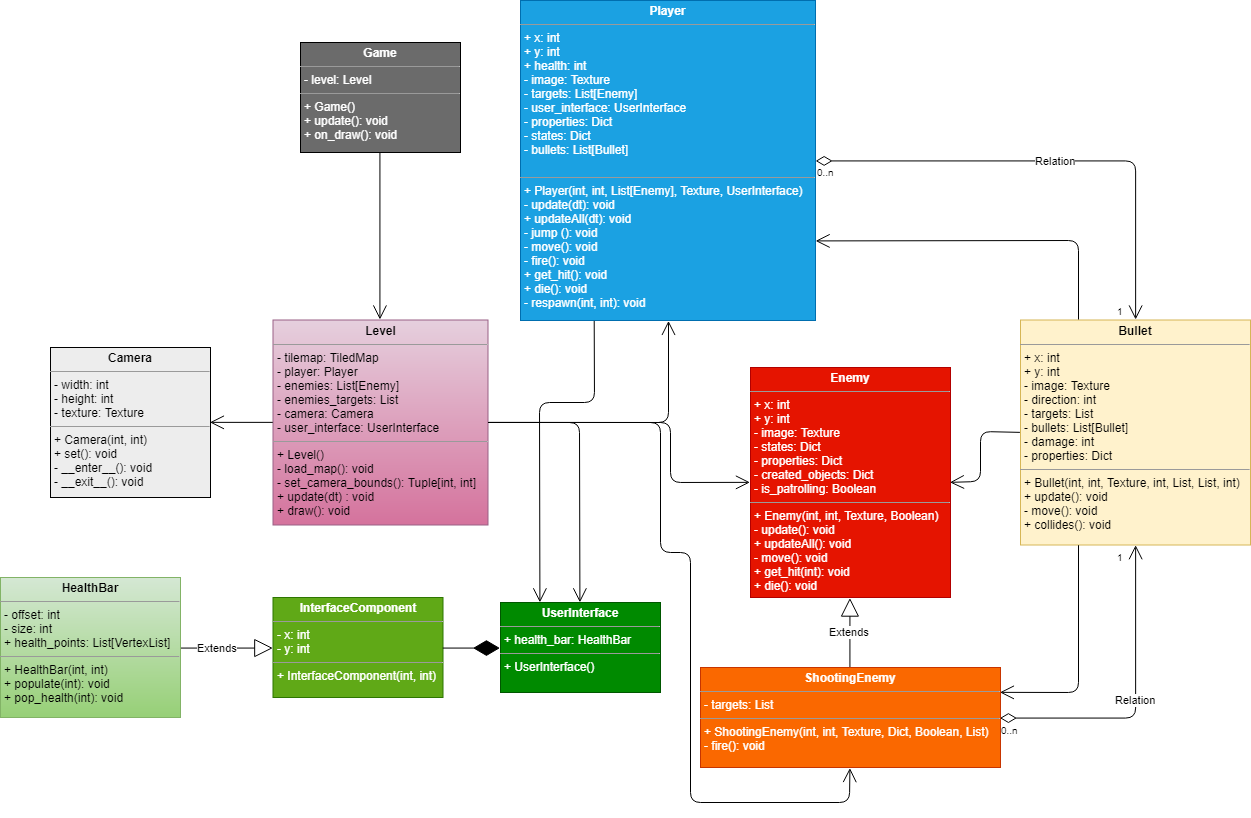
The draw.io diagram UML/UML.png in rkajaste/pyglet-example, before a commit. Source tidied: cells renumbered, new cells last; positions are measured from the earlier drawing's top-left corner, leaving out a move shared by most shapes.
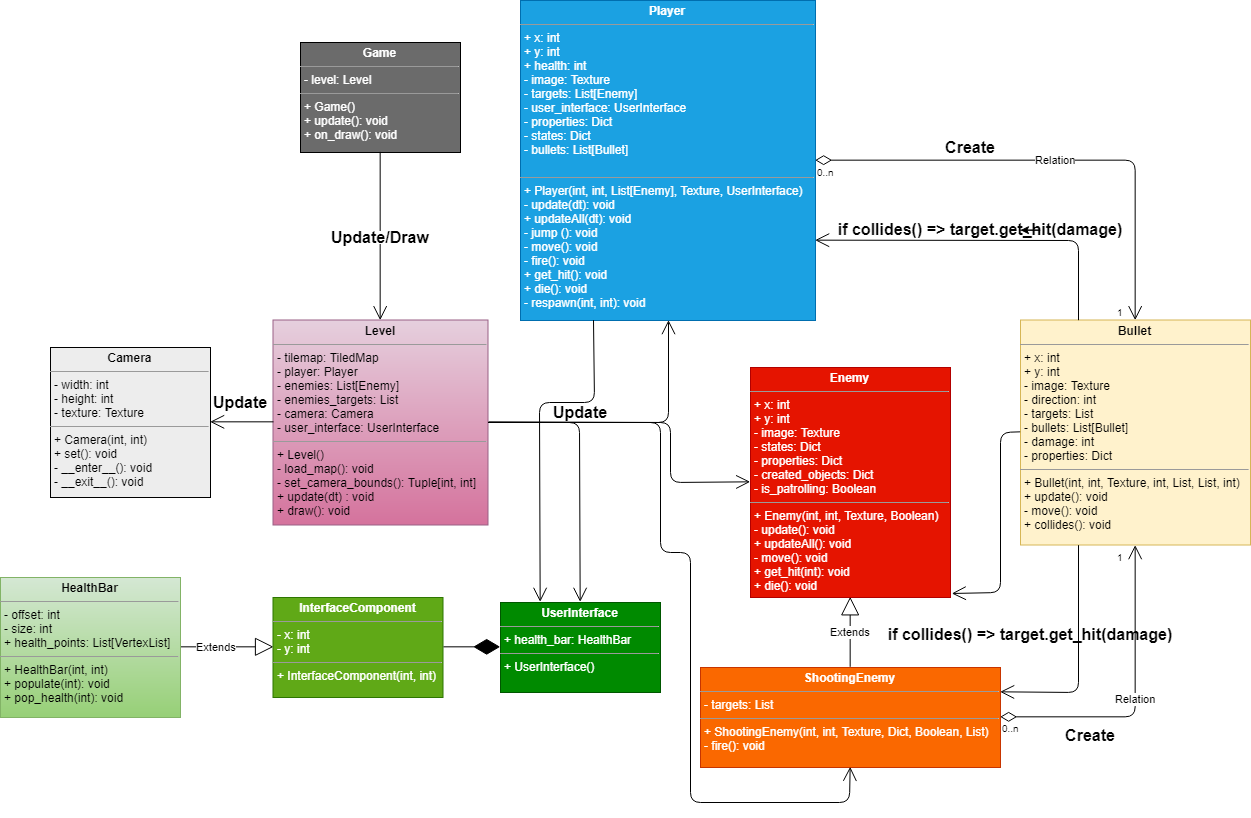
The same file after the commit.

The edit, as a diff of the source:
```diff
@@ -110,14 +110,14 @@
         </Array>
       </mxGeometry>
     </mxCell>
-    <mxCell id="27" style="endArrow=open;endFill=1;endSize=12;html=1;fontColor=#FFFFFF;exitX=0.5;exitY=1;exitDx=0;exitDy=0;entryX=0.5;entryY=0;entryDx=0;entryDy=0;" parent="1" edge="1" source="10" target="11">
+    <mxCell id="27" value="ui" style="endArrow=open;endFill=1;endSize=12;html=1;fontColor=#FFFFFF;exitX=0.5;exitY=1;exitDx=0;exitDy=0;entryX=0.5;entryY=0;entryDx=0;entryDy=0;" parent="1" edge="1" source="10" target="11">
       <mxGeometry relative="1" as="geometry" />
     </mxCell>
-    <mxCell id="28" style="endArrow=open;endFill=1;endSize=12;html=1;fontColor=#FFFFFF;entryX=1;entryY=0.5;entryDx=0;entryDy=0;exitX=0;exitY=0.5;exitDx=0;exitDy=0;" parent="1" edge="1" source="19" target="17">
+    <mxCell id="28" style="endArrow=open;endFill=1;endSize=12;html=1;fontColor=#FFFFFF;entryX=1.003;entryY=0.98;entryDx=0;entryDy=0;entryPerimeter=0;exitX=0;exitY=0.5;exitDx=0;exitDy=0;" parent="1" edge="1" source="19" target="17">
       <mxGeometry relative="1" as="geometry">
         <Array as="points">
-          <mxPoint x="980" y="431" />
-          <mxPoint x="980" y="481" />
+          <mxPoint x="1000" y="432" />
+          <mxPoint x="1000" y="592" />
         </Array>
       </mxGeometry>
     </mxCell>
@@ -135,5 +135,29 @@
         </Array>
       </mxGeometry>
     </mxCell>
+    <mxCell id="31" value="Update/Draw" style="text;strokeColor=none;fillColor=none;html=1;fontSize=16;fontStyle=1;verticalAlign=middle;align=center;" parent="1" vertex="1">
+      <mxGeometry x="330" y="216" width="100" height="40" as="geometry" />
+    </mxCell>
+    <mxCell id="32" value="Update" style="text;strokeColor=none;fillColor=none;html=1;fontSize=16;fontStyle=1;verticalAlign=middle;align=center;" parent="1" vertex="1">
+      <mxGeometry x="510" y="402" width="140" height="20" as="geometry" />
+    </mxCell>
+    <mxCell id="33" value="Update" style="text;strokeColor=none;fillColor=none;html=1;fontSize=16;fontStyle=1;verticalAlign=middle;align=center;" parent="1" vertex="1">
+      <mxGeometry x="190" y="382" width="100" height="40" as="geometry" />
+    </mxCell>
+    <mxCell id="34" value="if collides() =&gt; target.get_hit(damage)" style="text;align=center;fontStyle=1;verticalAlign=middle;spacingLeft=3;spacingRight=3;strokeColor=none;points=[[0,0.5],[1,0.5]];portConstraint=eastwest;fontSize=16;fontColor=#030303;" parent="1" vertex="1">
+      <mxGeometry x="940" y="216" width="80" height="26" as="geometry" />
+    </mxCell>
+    <mxCell id="35" value="if collides() =&gt; target.get_hit(damage)" style="text;align=center;fontStyle=1;verticalAlign=middle;spacingLeft=3;spacingRight=3;strokeColor=none;fontSize=16;fontColor=#030303;" parent="1" vertex="1">
+      <mxGeometry x="990" y="621" width="80" height="26" as="geometry" />
+    </mxCell>
+    <mxCell id="36" value="Create" style="text;align=center;fontStyle=1;verticalAlign=middle;spacingLeft=3;spacingRight=3;strokeColor=none;fontSize=16;fontColor=#030303;" parent="1" vertex="1">
+      <mxGeometry x="930" y="134" width="80" height="26" as="geometry" />
+    </mxCell>
+    <mxCell id="37" value="Create" style="text;align=center;fontStyle=1;verticalAlign=middle;spacingLeft=3;spacingRight=3;strokeColor=none;fontSize=16;fontColor=#030303;" parent="1" vertex="1">
+      <mxGeometry x="1050" y="722" width="80" height="26" as="geometry" />
+    </mxCell>
+    <mxCell id="38" style="edgeStyle=orthogonalEdgeStyle;rounded=0;orthogonalLoop=1;jettySize=auto;html=1;exitX=1;exitY=0.5;exitDx=0;exitDy=0;fontSize=16;fontColor=#030303;" parent="1" edge="1" source="34" target="34">
+      <mxGeometry relative="1" as="geometry" />
+    </mxCell>
   </root>
 </mxGraphModel>
```
